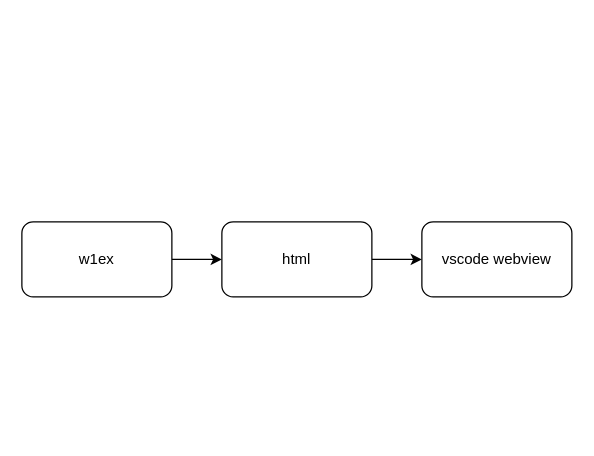
Earlier version of the draw.io diagram sample/sample.dio (SouichiroTsujimoto/w1eX). Source tidied: cells renumbered, new cells numbered last; positions are measured from the earlier drawing's top-left corner, leaving out a move shared by most shapes. Both pictures are drawn from the tidied source at 125%, with x=0, y=0 at pixel (21, 221).
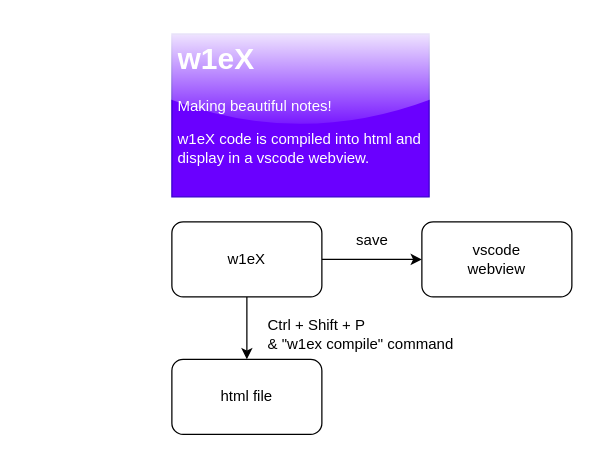
The same page after the edit.

Diff of the diagram source:
```diff
@@
 <mxGraphModel>
   <root>
     <mxCell id="0" />
     <mxCell id="1" parent="0" />
-    <mxCell id="2" style="edgeStyle=none;html=1;" parent="1" edge="1" source="3" target="5">
-      <mxGeometry relative="1" as="geometry" />
-    </mxCell>
-    <mxCell id="3" value="w1ex" style="rounded=1;whiteSpace=wrap;html=1;" parent="1" vertex="1">
-      <mxGeometry width="120" height="60" as="geometry" />
-    </mxCell>
-    <mxCell id="4" style="edgeStyle=none;html=1;" parent="1" edge="1" source="5" target="6">
-      <mxGeometry relative="1" as="geometry" />
+    <mxCell id="4" value="&lt;h1&gt;w1eX&lt;/h1&gt;&lt;p&gt;Making beautiful notes!&lt;/p&gt;&lt;p&gt;&lt;span style=&quot;background-color: initial;&quot;&gt;w1eX code is compiled into html and display in a vscode webview.&lt;/span&gt;&lt;/p&gt;" style="text;html=1;strokeColor=#3700CC;fillColor=#6a00ff;spacing=5;spacingTop=-20;whiteSpace=wrap;overflow=hidden;rounded=0;glass=1;shadow=0;fontColor=#ffffff;" parent="1" vertex="1">
+      <mxGeometry x="120" y="-150" width="205.8" height="130" as="geometry" />
     </mxCell>
-    <mxCell id="5" value="html" style="rounded=1;whiteSpace=wrap;html=1;" parent="1" vertex="1">
-      <mxGeometry x="160" width="120" height="60" as="geometry" />
-    </mxCell>
+    <mxCell id="7" style="edgeStyle=none;html=1;" parent="1" edge="1" source="9" target="6">
+      <mxGeometry relative="1" as="geometry" />
+    </mxCell>
+    <mxCell id="8" style="edgeStyle=none;html=1;" parent="1" edge="1" source="9" target="11">
+      <mxGeometry relative="1" as="geometry" />
+    </mxCell>
+    <mxCell id="9" value="w1eX" style="rounded=1;whiteSpace=wrap;html=1;shadow=0;glass=0;sketch=0;" parent="1" vertex="1">
+      <mxGeometry x="120" width="120" height="60" as="geometry" />
+    </mxCell>
-    <mxCell id="6" value="vscode webview" style="rounded=1;whiteSpace=wrap;html=1;" parent="1" vertex="1">
+    <mxCell id="6" value="vscode&lt;br&gt;webview" style="whiteSpace=wrap;html=1;rounded=1;shadow=0;glass=0;sketch=0;" parent="1" vertex="1">
       <mxGeometry x="320" width="120" height="60" as="geometry" />
     </mxCell>
+    <mxCell id="10" value="save" style="text;html=1;align=center;verticalAlign=middle;strokeColor=none;fillColor=none;" parent="1" vertex="1">
+      <mxGeometry x="255" width="50" height="30" as="geometry" />
+    </mxCell>
+    <mxCell id="11" value="html file" style="whiteSpace=wrap;html=1;rounded=1;shadow=0;glass=0;sketch=0;" parent="1" vertex="1">
+      <mxGeometry x="120" y="110" width="120" height="60" as="geometry" />
+    </mxCell>
+    <mxCell id="12" value="Ctrl + Shift + P&lt;br&gt;&amp;amp; &quot;w1ex compile&quot; command" style="text;html=1;align=left;verticalAlign=middle;strokeColor=none;fillColor=none;" parent="1" vertex="1">
+      <mxGeometry x="195" y="70" width="170" height="40" as="geometry" />
+    </mxCell>
   </root>
 </mxGraphModel>
```
